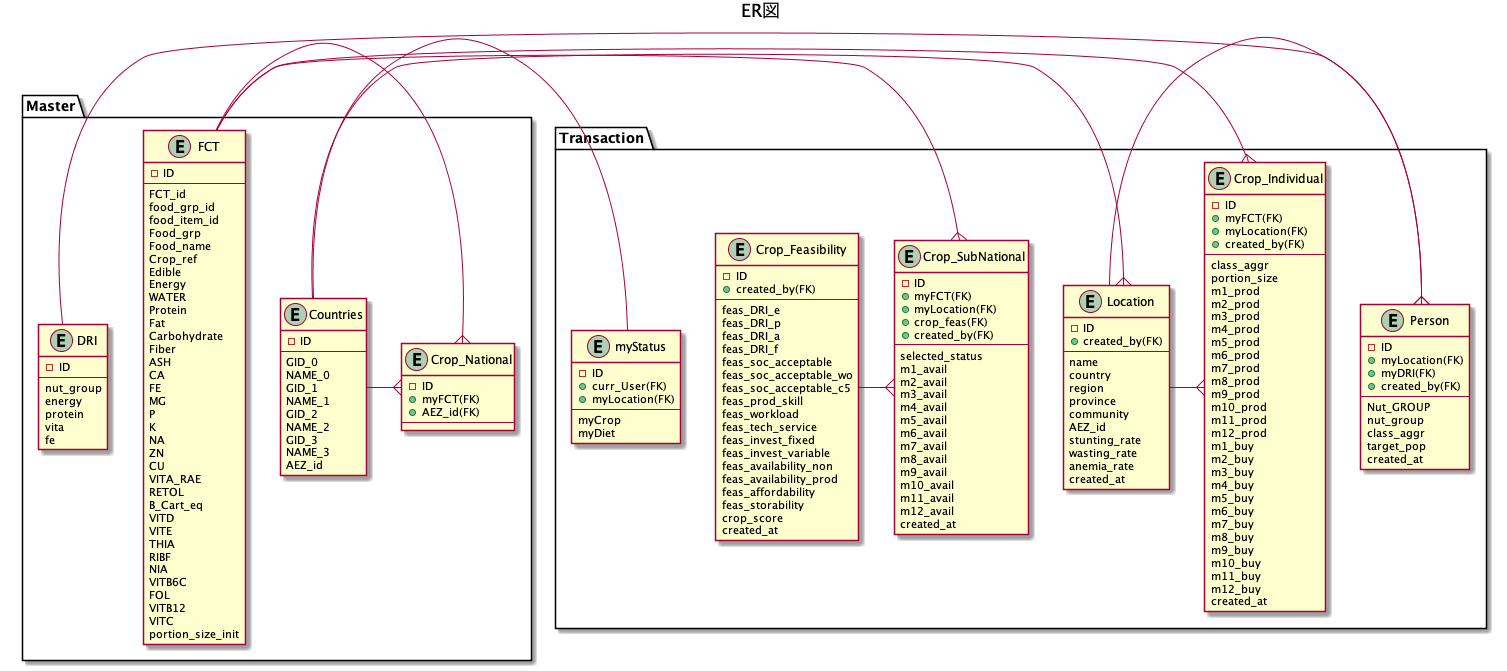
Before: myApp/static/ULM/ER02.png, a diagram exported from PlantUML (snakada1615/ifna_pwa02).
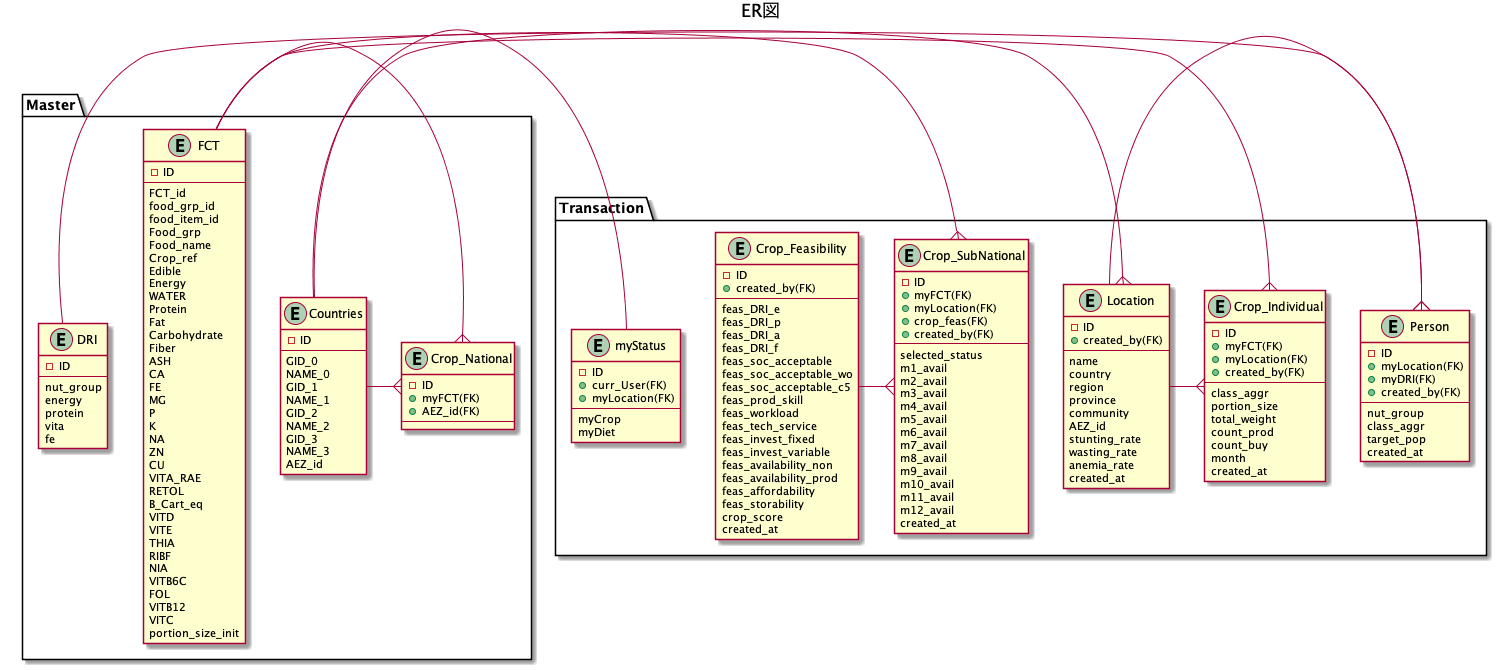
After the commit.

What changed in the source:
```diff
@@ -100,7 +100,6 @@
     + myDRI(FK)
     + created_by(FK)
 --
-      Nut_GROUP
       nut_group
       class_aggr
       target_pop
@@ -151,30 +150,10 @@
 --
       class_aggr
       portion_size
-      m1_prod
-      m2_prod
-      m3_prod
-      m4_prod
-      m5_prod
-      m6_prod
-      m7_prod
-      m8_prod
-      m9_prod
-      m10_prod
-      m11_prod
-      m12_prod
-      m1_buy
-      m2_buy
-      m3_buy
-      m4_buy
-      m5_buy
-      m6_buy
-      m7_buy
-      m8_buy
-      m9_buy
-      m10_buy
-      m11_buy
-      m12_buy
+      total_weight
+      count_prod
+      count_buy
+      month
       created_at
     }
   entity myStatus{
```
